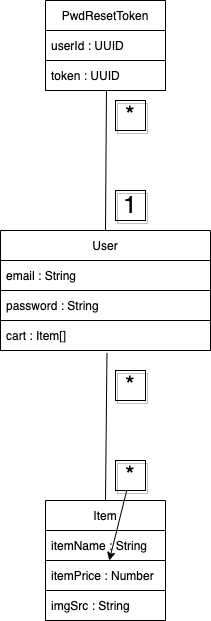
The draw.io diagram docs/DB UML Diagram.png in jaksonhensley/CSCI4300-FinalProject, before a commit. Source tidied: cells renumbered, new cells last; positions are measured from the earlier drawing's top-left corner, leaving out a move shared by most shapes.
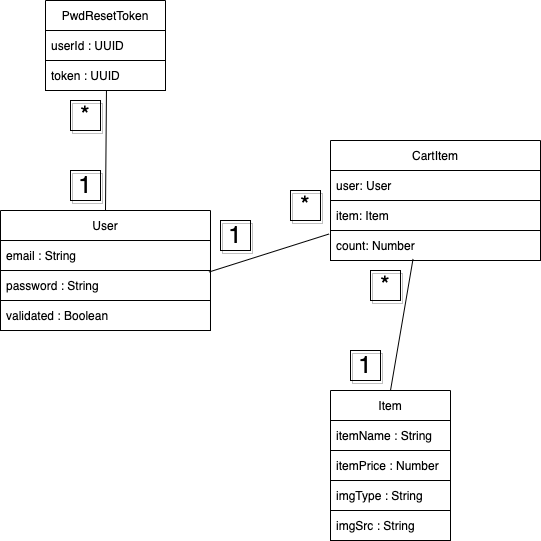
The same diagram one commit later.

Diff of the diagram source:
```diff
@@ -3,7 +3,7 @@
     <mxCell id="0" />
     <mxCell id="1" parent="0" />
     <mxCell id="2" value="User" style="swimlane;fontStyle=0;horizontal=1;startSize=30;fontColor=#000000;strokeColor=#000000;fillColor=#FFFFFF;" parent="1" vertex="1">
-      <mxGeometry y="230" width="210" height="120" as="geometry" />
+      <mxGeometry x="-165" y="230" width="210" height="120" as="geometry" />
     </mxCell>
     <mxCell id="3" value="email : String" style="text;strokeColor=#000000;fillColor=none;align=left;verticalAlign=middle;spacingLeft=4;spacingRight=4;overflow=hidden;fontColor=#000000;" parent="2" vertex="1">
       <mxGeometry y="30" width="210" height="30" as="geometry" />
@@ -11,11 +11,11 @@
     <mxCell id="4" value="password : String" style="text;strokeColor=#000000;fillColor=none;align=left;verticalAlign=middle;spacingLeft=4;spacingRight=4;overflow=hidden;points=[[0,0.5],[1,0.5]];portConstraint=eastwest;fontColor=#000000;" parent="2" vertex="1">
       <mxGeometry y="60" width="210" height="30" as="geometry" />
     </mxCell>
-    <mxCell id="5" value="cart : Item[]" style="text;strokeColor=#000000;fillColor=none;align=left;verticalAlign=middle;spacingLeft=4;spacingRight=4;overflow=hidden;points=[[0,0.5],[1,0.5]];portConstraint=eastwest;fontColor=#000000;" parent="2" vertex="1">
-      <mxGeometry y="90" width="210" height="30" as="geometry" />
-    </mxCell>
+    <mxCell id="20" value="validated : Boolean" style="text;strokeColor=#000000;fillColor=none;align=left;verticalAlign=middle;spacingLeft=4;spacingRight=4;overflow=hidden;fontColor=#000000;" parent="2" vertex="1">
+      <mxGeometry y="90" width="210" height="30" as="geometry" />
+    </mxCell>
     <mxCell id="6" value="PwdResetToken" style="swimlane;fontStyle=0;horizontal=1;startSize=30;fontColor=#000000;gradientColor=#ffffff;fillColor=#FFFFFF;strokeColor=#000000;" parent="1" vertex="1">
-      <mxGeometry x="45" width="120" height="90" as="geometry" />
+      <mxGeometry x="-120" y="20" width="120" height="90" as="geometry" />
     </mxCell>
     <mxCell id="7" value="userId : UUID" style="text;strokeColor=#000000;fillColor=none;align=left;verticalAlign=middle;spacingLeft=4;spacingRight=4;overflow=hidden;fontColor=#000000;" parent="6" vertex="1">
       <mxGeometry y="30" width="120" height="30" as="geometry" />
@@ -24,7 +24,7 @@
       <mxGeometry y="60" width="120" height="30" as="geometry" />
     </mxCell>
     <mxCell id="9" value="Item" style="swimlane;fontStyle=0;horizontal=1;startSize=30;fontColor=#000000;strokeColor=#000000;fillColor=#FFFFFF;" parent="1" vertex="1">
-      <mxGeometry x="45" y="500" width="120" height="120" as="geometry" />
+      <mxGeometry x="165" y="410" width="120" height="150" as="geometry" />
     </mxCell>
     <mxCell id="10" value="itemName : String" style="text;strokeColor=#000000;fillColor=none;align=left;verticalAlign=middle;spacingLeft=4;spacingRight=4;overflow=hidden;fontColor=#000000;" parent="9" vertex="1">
       <mxGeometry y="30" width="120" height="30" as="geometry" />
@@ -32,29 +32,50 @@
     <mxCell id="11" value="itemPrice : Number" style="text;strokeColor=#000000;fillColor=none;align=left;verticalAlign=middle;spacingLeft=4;spacingRight=4;overflow=hidden;points=[[0,0.5],[1,0.5]];portConstraint=eastwest;fontColor=#000000;" parent="9" vertex="1">
       <mxGeometry y="60" width="120" height="30" as="geometry" />
     </mxCell>
-    <mxCell id="12" value="imgSrc : String" style="text;strokeColor=#000000;fillColor=none;align=left;verticalAlign=middle;spacingLeft=4;spacingRight=4;overflow=hidden;fontColor=#000000;fontStyle=0;" parent="9" vertex="1">
+    <mxCell id="12" value="imgType : String" style="text;strokeColor=#000000;fillColor=none;align=left;verticalAlign=middle;spacingLeft=4;spacingRight=4;overflow=hidden;fontColor=#000000;fontStyle=0;" parent="9" vertex="1">
       <mxGeometry y="90" width="120" height="30" as="geometry" />
     </mxCell>
+    <mxCell id="16" value="imgSrc : String" style="text;strokeColor=#000000;fillColor=none;align=left;verticalAlign=middle;spacingLeft=4;spacingRight=4;overflow=hidden;fontColor=#000000;" parent="9" vertex="1">
+      <mxGeometry y="120" width="120" height="30" as="geometry" />
+    </mxCell>
     <mxCell id="13" style="endArrow=none;html=1;rounded=0;entryX=0.508;entryY=1.017;entryDx=0;entryDy=0;entryPerimeter=0;exitX=0.5;exitY=0;exitDx=0;exitDy=0;fontColor=#000000;strokeColor=#000000;" parent="1" edge="1" source="2" target="8">
       <mxGeometry relative="1" as="geometry" />
     </mxCell>
     <mxCell id="14" value="&lt;font style=&quot;font-size: 24px;&quot;&gt;1&lt;/font&gt;" style="text;html=1;strokeColor=#000000;fillColor=none;align=center;verticalAlign=middle;whiteSpace=wrap;rounded=0;shadow=1;fontColor=#000000;" parent="1" vertex="1">
-      <mxGeometry x="115" y="190" width="30" height="30" as="geometry" />
+      <mxGeometry x="-95" y="190" width="30" height="30" as="geometry" />
     </mxCell>
     <mxCell id="15" value="&lt;font style=&quot;font-size: 24px;&quot;&gt;*&lt;/font&gt;" style="text;html=1;strokeColor=#000000;fillColor=none;align=center;verticalAlign=middle;whiteSpace=wrap;rounded=0;shadow=1;fontColor=#000000;" parent="1" vertex="1">
-      <mxGeometry x="115" y="100" width="30" height="30" as="geometry" />
+      <mxGeometry x="-95" y="120" width="30" height="30" as="geometry" />
     </mxCell>
-    <mxCell id="16" style="edgeStyle=none;html=1;" parent="1" edge="1" source="17" target="11">
-      <mxGeometry relative="1" as="geometry" />
-    </mxCell>
     <mxCell id="17" value="*" style="text;html=1;strokeColor=#000000;fillColor=none;align=center;verticalAlign=middle;whiteSpace=wrap;rounded=0;shadow=1;fontSize=24;fontColor=#000000;" parent="1" vertex="1">
-      <mxGeometry x="115" y="460" width="30" height="30" as="geometry" />
+      <mxGeometry x="205" y="290" width="30" height="30" as="geometry" />
     </mxCell>
-    <mxCell id="18" value="*" style="text;html=1;strokeColor=#000000;fillColor=none;align=center;verticalAlign=middle;whiteSpace=wrap;rounded=0;shadow=1;fontSize=24;fontColor=#000000;" parent="1" vertex="1">
-      <mxGeometry x="115" y="370" width="30" height="30" as="geometry" />
+    <mxCell id="18" value="1" style="text;html=1;strokeColor=#000000;fillColor=none;align=center;verticalAlign=middle;whiteSpace=wrap;rounded=0;shadow=1;fontSize=24;fontColor=#000000;" parent="1" vertex="1">
+      <mxGeometry x="185" y="370" width="30" height="30" as="geometry" />
     </mxCell>
-    <mxCell id="19" style="endArrow=none;html=1;rounded=0;entryX=0.507;entryY=1.083;entryDx=0;entryDy=0;entryPerimeter=0;exitX=0.5;exitY=0;exitDx=0;exitDy=0;fontColor=#000000;strokeColor=#000000;" parent="1" edge="1" source="9" target="5">
+    <mxCell id="19" style="endArrow=none;html=1;rounded=0;exitX=0.5;exitY=0;exitDx=0;exitDy=0;fontColor=#000000;strokeColor=#000000;entryX=0.393;entryY=0.95;entryDx=0;entryDy=0;entryPerimeter=0;" parent="1" edge="1" source="9" target="24">
       <mxGeometry relative="1" as="geometry" />
     </mxCell>
+    <mxCell id="21" value="CartItem" style="swimlane;fontStyle=0;horizontal=1;startSize=30;fontColor=#000000;strokeColor=#000000;fillColor=#FFFFFF;" parent="1" vertex="1">
+      <mxGeometry x="165" y="160" width="210" height="120" as="geometry" />
+    </mxCell>
+    <mxCell id="22" value="user: User" style="text;strokeColor=#000000;fillColor=none;align=left;verticalAlign=middle;spacingLeft=4;spacingRight=4;overflow=hidden;fontColor=#000000;" parent="21" vertex="1">
+      <mxGeometry y="30" width="210" height="30" as="geometry" />
+    </mxCell>
+    <mxCell id="23" value="item: Item" style="text;strokeColor=#000000;fillColor=none;align=left;verticalAlign=middle;spacingLeft=4;spacingRight=4;overflow=hidden;fontColor=#000000;" parent="21" vertex="1">
+      <mxGeometry y="60" width="210" height="30" as="geometry" />
+    </mxCell>
+    <mxCell id="24" value="count: Number" style="text;strokeColor=#000000;fillColor=none;align=left;verticalAlign=middle;spacingLeft=4;spacingRight=4;overflow=hidden;points=[[0,0.5],[1,0.5]];portConstraint=eastwest;fontColor=#000000;" parent="21" vertex="1">
+      <mxGeometry y="90" width="210" height="30" as="geometry" />
+    </mxCell>
+    <mxCell id="25" style="endArrow=none;html=1;rounded=0;exitX=-0.007;exitY=0.117;exitDx=0;exitDy=0;fontColor=#000000;strokeColor=#000000;entryX=0.993;entryY=0.05;entryDx=0;entryDy=0;entryPerimeter=0;exitPerimeter=0;" parent="1" edge="1" source="24" target="4">
+      <mxGeometry relative="1" as="geometry" />
+    </mxCell>
+    <mxCell id="26" value="&lt;font style=&quot;font-size: 24px;&quot;&gt;1&lt;/font&gt;" style="text;html=1;strokeColor=#000000;fillColor=none;align=center;verticalAlign=middle;whiteSpace=wrap;rounded=0;shadow=1;fontColor=#000000;" parent="1" vertex="1">
+      <mxGeometry x="55" y="240" width="30" height="30" as="geometry" />
+    </mxCell>
+    <mxCell id="27" value="*" style="text;html=1;strokeColor=#000000;fillColor=none;align=center;verticalAlign=middle;whiteSpace=wrap;rounded=0;shadow=1;fontSize=24;fontColor=#000000;" parent="1" vertex="1">
+      <mxGeometry x="125" y="210" width="30" height="30" as="geometry" />
+    </mxCell>
   </root>
 </mxGraphModel>
```
